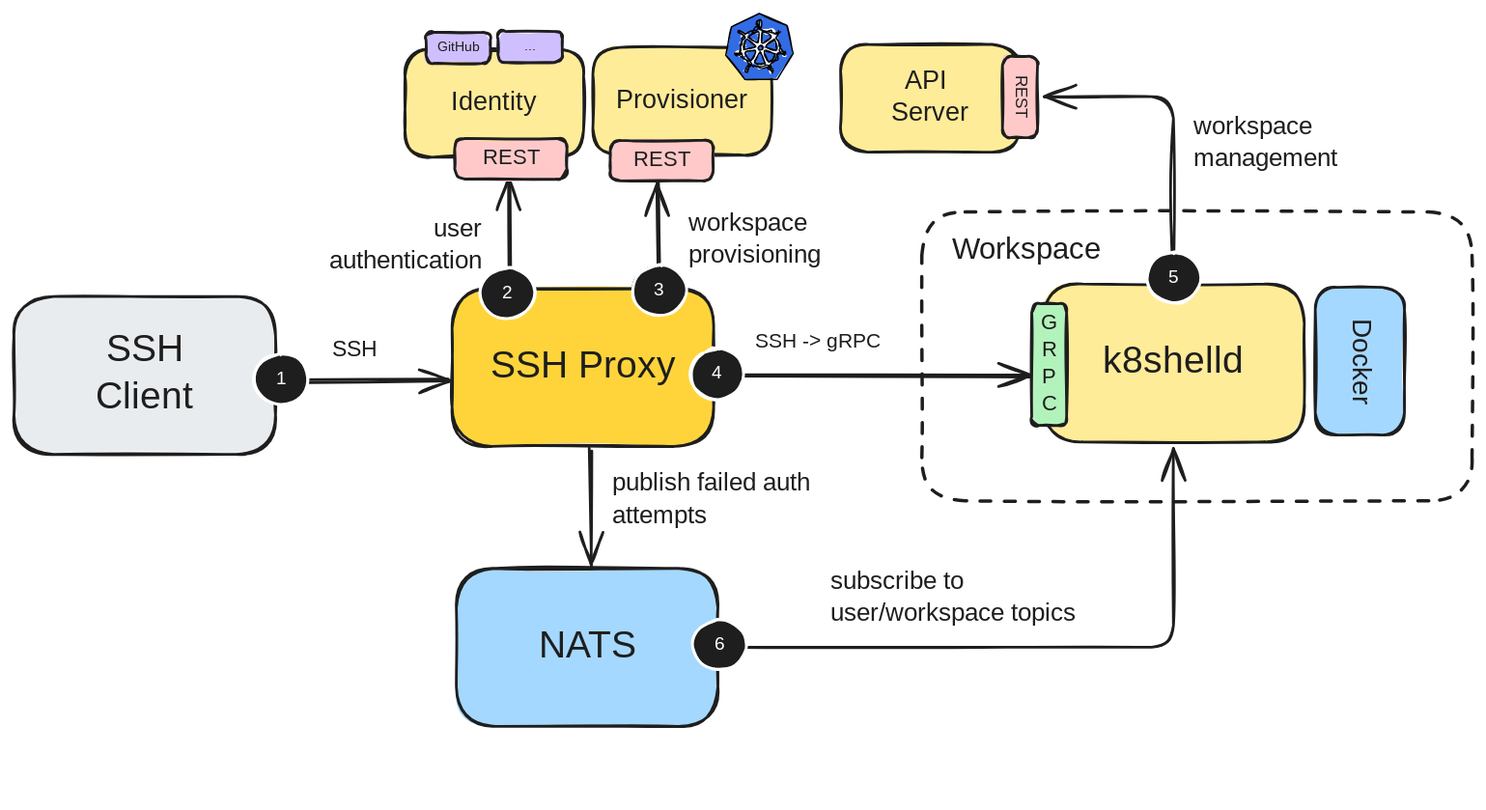
Before: static/img/diagrams/ssh-architecture.excalidraw.svg, a diagram exported from Excalidraw (k8shell-io/docs). Source tidied: one line per element, renumbered; positions are measured from the earlier drawing's top-left corner, leaving out a move shared by most shapes.
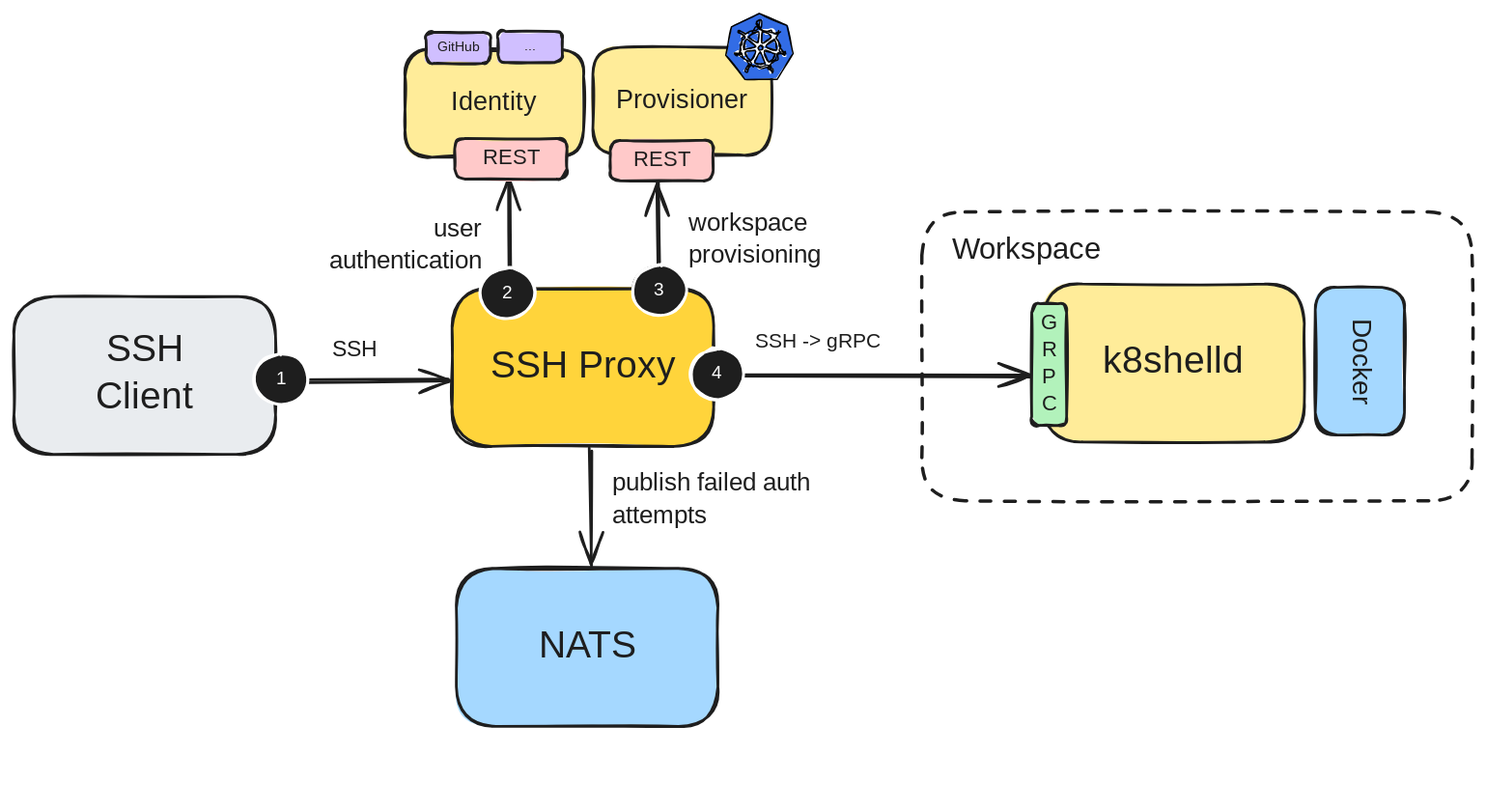
Above is the later version.

What changed in the source:
```diff
@@ -42,16 +42,8 @@
 {"id": 41, "type": "text", "text": "NATS", "strokeColor": "#1e1e1e", "strokeWidth": 2, "roughness": 1, "fontSize": 28, "fontFamily": 5, "textAlign": "center", "verticalAlign": "middle", "inside": 40, "x": 389, "y": 452, "width": 70, "height": 35}
 {"id": 42, "type": "arrow", "strokeColor": "#1e1e1e", "backgroundColor": "#ffec99", "fillStyle": "solid", "strokeWidth": 2, "roughness": 1, "endArrowhead": "arrow", "round": true, "from": 4, "to": 40, "x": 426, "y": 323, "width": 0, "height": 85, "points": [[0, 0], [0, 85]]}
 {"id": 43, "type": "text", "text": "publish failed auth\nattempts", "strokeColor": "#1e1e1e", "backgroundColor": "#ffd43b", "fillStyle": "solid", "strokeWidth": 2, "roughness": 1, "fontSize": 18.93, "fontFamily": 5, "x": 443, "y": 337, "width": 169, "height": 47}
-{"id": 44, "type": "arrow", "strokeColor": "#1e1e1e", "backgroundColor": "#a5d8ff", "fillStyle": "solid", "strokeWidth": 2, "roughness": 1, "startArrowhead": "arrow", "from": 0, "to": 40, "x": 858, "y": 322, "width": 332, "height": 147, "points": [[0, 0], [0, 147], [-332, 147]]}
-{"id": 45, "type": "text", "text": "subscribe to \nuser/workspace topics", "strokeColor": "#1e1e1e", "backgroundColor": "#ffd43b", "fillStyle": "solid", "strokeWidth": 2, "roughness": 1, "fontSize": 18.93, "fontFamily": 5, "x": 604, "y": 409, "width": 207, "height": 47}
 {"id": 46, "type": "rectangle", "strokeColor": "#1e1e1e", "angle": 1.57, "backgroundColor": "#a5d8ff", "fillStyle": "solid", "strokeWidth": 2, "roughness": 1, "round": true, "x": 942, "y": 224, "width": 109, "height": 66}
 {"id": 47, "type": "text", "text": "Docker", "strokeColor": "#1e1e1e", "angle": 1.57, "strokeWidth": 2, "roughness": 1, "fontSize": 20, "fontFamily": 5, "textAlign": "center", "verticalAlign": "middle", "inside": 46, "x": 967, "y": 245, "width": 59, "height": 25}
-{"id": 48, "type": "rectangle", "strokeColor": "#1e1e1e", "backgroundColor": "#ffec99", "fillStyle": "solid", "strokeWidth": 2, "roughness": 1, "round": true, "x": 612, "y": 23, "width": 132, "height": 80}
-{"id": 49, "type": "text", "text": "API \nServer", "strokeColor": "#1e1e1e", "strokeWidth": 2, "roughness": 1, "fontSize": 19.11, "fontFamily": 5, "textAlign": "center", "verticalAlign": "middle", "inside": 48, "x": 653, "y": 39, "width": 50, "height": 48}
-{"id": 50, "type": "rectangle", "strokeColor": "#1e1e1e", "angle": 1.57, "backgroundColor": "#ffc9c9", "fillStyle": "solid", "strokeWidth": 2, "roughness": 1, "round": true, "x": 715, "y": 49, "width": 60, "height": 26}
-{"id": 51, "type": "text", "text": "REST", "strokeColor": "#1e1e1e", "angle": 1.57, "strokeWidth": 2, "roughness": 1, "fontSize": 12.13, "fontFamily": 5, "textAlign": "center", "verticalAlign": "middle", "inside": 50, "x": 730, "y": 54, "width": 30, "height": 15}
-{"id": 52, "type": "arrow", "strokeColor": "#1e1e1e", "backgroundColor": "#a5d8ff", "fillStyle": "solid", "strokeWidth": 2, "roughness": 1, "startArrowhead": "arrow", "from": 50, "x": 763, "y": 62, "width": 96, "height": 134, "points": [[0, 0], [96, 0], [96, 134]]}
-{"id": 53, "type": "text", "text": "workspace \nmanagement", "strokeColor": "#1e1e1e", "backgroundColor": "#ffd43b", "fillStyle": "solid", "strokeWidth": 2, "roughness": 1, "fontSize": 18.93, "fontFamily": 5, "x": 873, "y": 72, "width": 108, "height": 47}
 {"id": 54, "type": "ellipse", "strokeColor": "#ffffff", "backgroundColor": "#1e1e1e", "fillStyle": "solid", "strokeWidth": 2, "roughness": 1, "round": true, "x": 178, "y": 252, "width": 40, "height": 38}
 {"id": 55, "type": "text", "text": "1", "strokeColor": "#ffffff", "backgroundColor": "#1e1e1e", "fillStyle": "solid", "strokeWidth": 2, "roughness": 1, "fontSize": 13.5, "fontFamily": 5, "textAlign": "center", "verticalAlign": "middle", "inside": 54, "x": 195, "y": 262, "width": 6, "height": 17}
 {"id": 56, "type": "ellipse", "strokeColor": "#ffffff", "backgroundColor": "#1e1e1e", "fillStyle": "solid", "strokeWidth": 2, "roughness": 1, "round": true, "x": 345, "y": 188, "width": 40, "height": 38}
@@ -60,7 +52,3 @@
 {"id": 59, "type": "text", "text": "3", "strokeColor": "#ffffff", "backgroundColor": "#1e1e1e", "fillStyle": "solid", "strokeWidth": 2, "roughness": 1, "fontSize": 13.5, "fontFamily": 5, "textAlign": "center", "verticalAlign": "middle", "inside": 58, "x": 473, "y": 197, "width": 8, "height": 17}
 {"id": 60, "type": "ellipse", "strokeColor": "#ffffff", "backgroundColor": "#1e1e1e", "fillStyle": "solid", "strokeWidth": 2, "roughness": 1, "round": true, "x": 501, "y": 248, "width": 40, "height": 38}
 {"id": 61, "type": "text", "text": "4", "strokeColor": "#ffffff", "backgroundColor": "#1e1e1e", "fillStyle": "solid", "strokeWidth": 2, "roughness": 1, "fontSize": 13.5, "fontFamily": 5, "textAlign": "center", "verticalAlign": "middle", "inside": 60, "x": 517, "y": 259, "width": 8, "height": 17}
-{"id": 62, "type": "ellipse", "strokeColor": "#ffffff", "backgroundColor": "#1e1e1e", "fillStyle": "solid", "strokeWidth": 2, "roughness": 1, "round": true, "x": 839, "y": 177, "width": 40, "height": 38}
-{"id": 63, "type": "text", "text": "5", "strokeColor": "#ffffff", "backgroundColor": "#1e1e1e", "fillStyle": "solid", "strokeWidth": 2, "roughness": 1, "fontSize": 13.5, "fontFamily": 5, "textAlign": "center", "verticalAlign": "middle", "inside": 62, "x": 854, "y": 187, "width": 8, "height": 17}
-{"id": 64, "type": "ellipse", "strokeColor": "#ffffff", "backgroundColor": "#1e1e1e", "fillStyle": "solid", "strokeWidth": 2, "roughness": 1, "round": true, "x": 502, "y": 449, "width": 40, "height": 38}
-{"id": 65, "type": "text", "text": "6", "strokeColor": "#ffffff", "backgroundColor": "#1e1e1e", "fillStyle": "solid", "strokeWidth": 2, "roughness": 1, "fontSize": 13.5, "fontFamily": 5, "textAlign": "center", "verticalAlign": "middle", "inside": 64, "x": 518, "y": 459, "width": 9, "height": 17}
```
